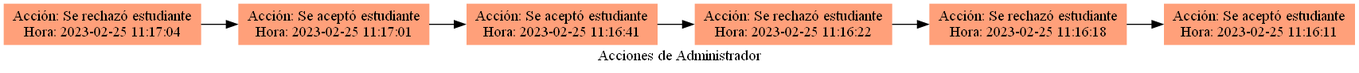
The Graphviz diagram EDD_Proyecto1_Fase1/acciones-admin.png in aldomoreira165/EDD_1S2023_PY_202109754, before a commit. Its source is kept beside it as EDD_Proyecto1_Fase1/acciones-admin.dot.
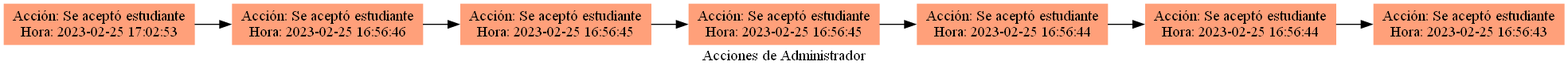
Later version of the same file.

Change to the diagram source:
```diff
@@ -2,22 +2,25 @@
 label="Acciones de Administrador"
 node[shape=rectangle, style=filled, color=lightsalmon];
 rankdir=LR;
-NODO0[label="Acción: Se rechazó estudiante
-Hora: 2023-02-25 11:17:04"];
+NODO0[label="Acción: Se aceptó estudiante
+Hora: 2023-02-25 17:02:53"];
 NODO1[label="Acción: Se aceptó estudiante
-Hora: 2023-02-25 11:17:01"];
+Hora: 2023-02-25 16:56:46"];
 NODO2[label="Acción: Se aceptó estudiante
-Hora: 2023-02-25 11:16:41"];
-NODO3[label="Acción: Se rechazó estudiante
-Hora: 2023-02-25 11:16:22"];
-NODO4[label="Acción: Se rechazó estudiante
-Hora: 2023-02-25 11:16:18"];
+Hora: 2023-02-25 16:56:45"];
+NODO3[label="Acción: Se aceptó estudiante
+Hora: 2023-02-25 16:56:45"];
+NODO4[label="Acción: Se aceptó estudiante
+Hora: 2023-02-25 16:56:44"];
 NODO5[label="Acción: Se aceptó estudiante
-Hora: 2023-02-25 11:16:11"];
+Hora: 2023-02-25 16:56:44"];
+NODO6[label="Acción: Se aceptó estudiante
+Hora: 2023-02-25 16:56:43"];
 NODO0->NODO1;
 NODO1->NODO2;
 NODO2->NODO3;
 NODO3->NODO4;
 NODO4->NODO5;
+NODO5->NODO6;
 
 }
```
